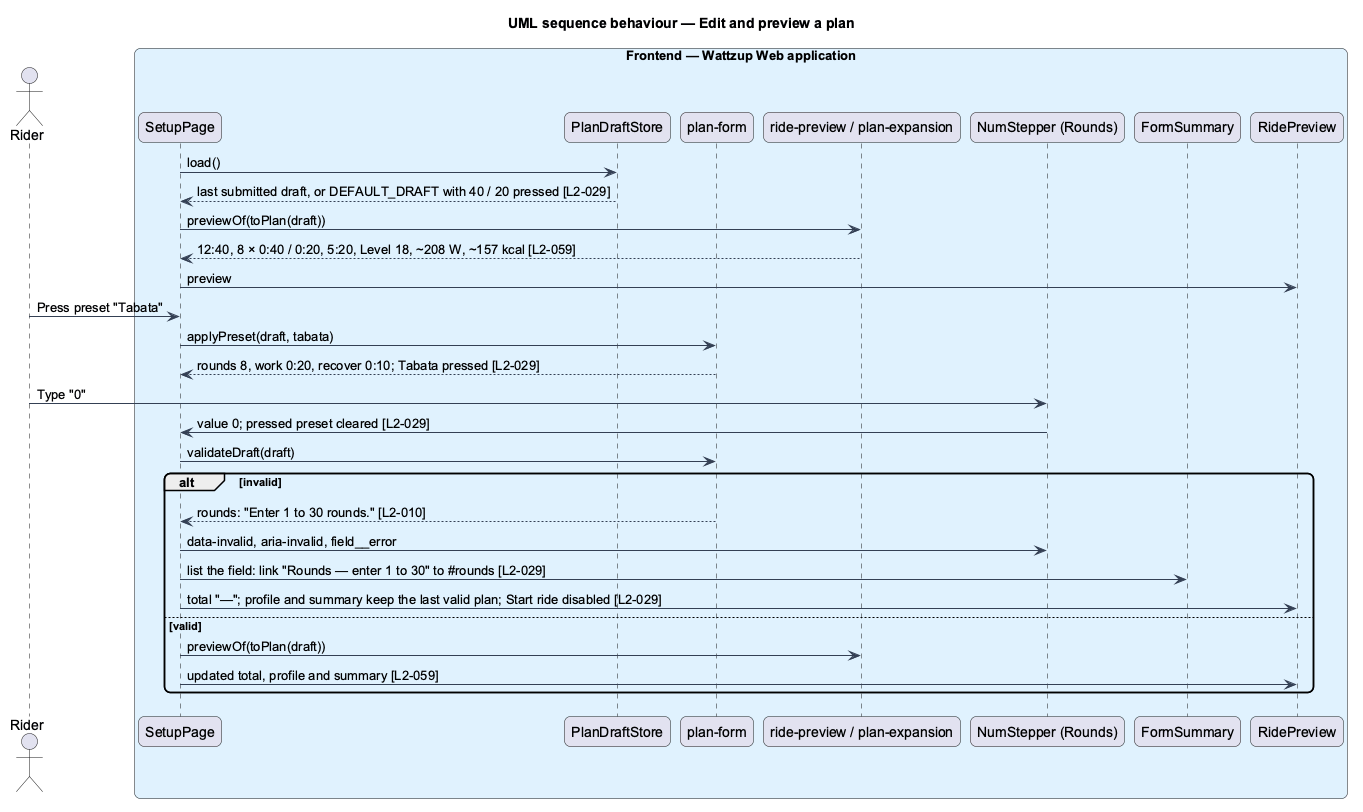
QuinntyneBrown/ride-one keeps this PlantUML diagram as docs/detailed-designs/workouts/set-up-ride/diagrams/sequence-edit-preview.png. Above is the earlier version. Its source is kept beside it as docs/detailed-designs/workouts/set-up-ride/diagrams/sequence-edit-preview.puml.
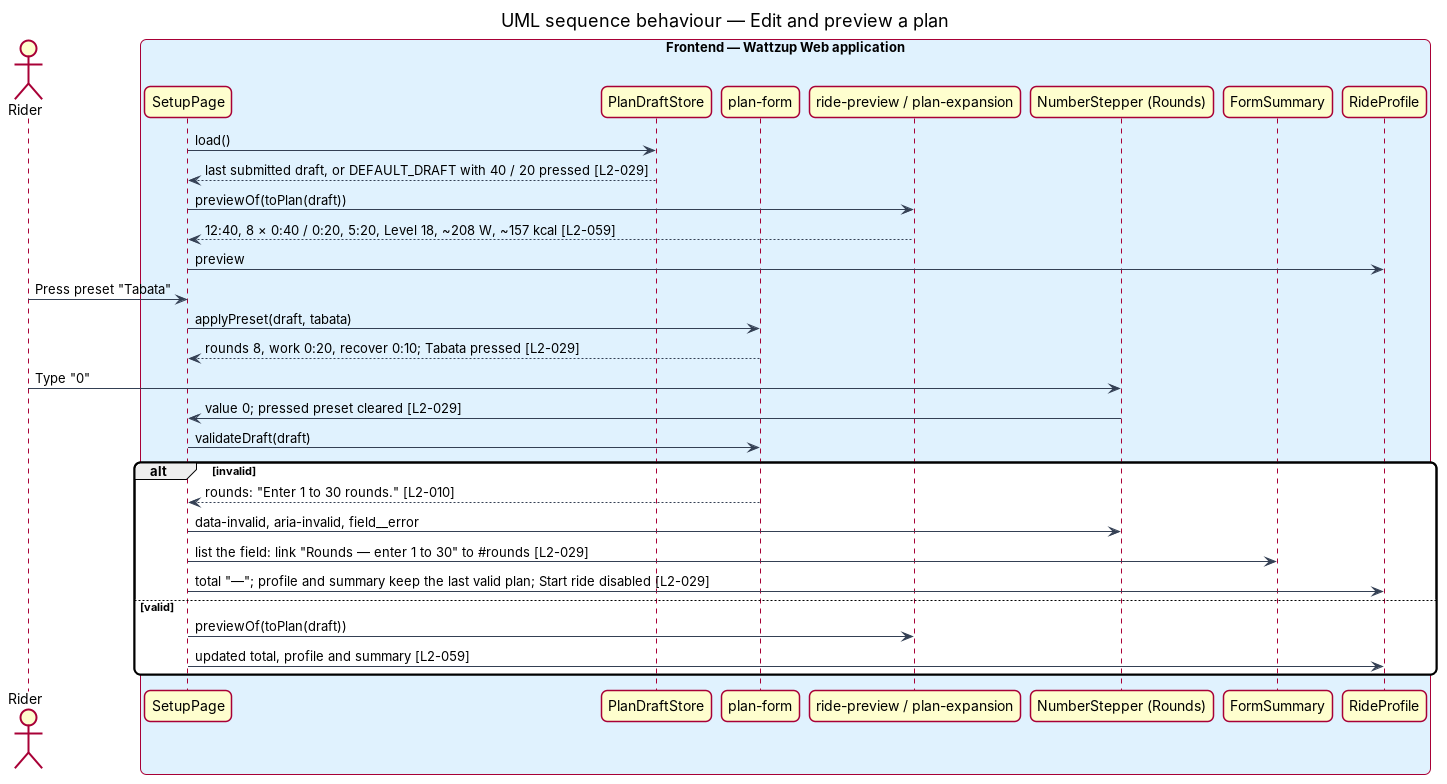
After the change.

Change to the diagram source:
```diff
@@ -11,9 +11,9 @@
   participant "PlanDraftStore" as draft
   participant "plan-form" as form
   participant "ride-preview / plan-expansion" as prev
-  participant "NumStepper (Rounds)" as rounds
+  participant "NumberStepper (Rounds)" as rounds
   participant "FormSummary" as summary
-  participant "RidePreview" as panel
+  participant "RideProfile" as panel
 end box
 
 page -> draft : load()
```
